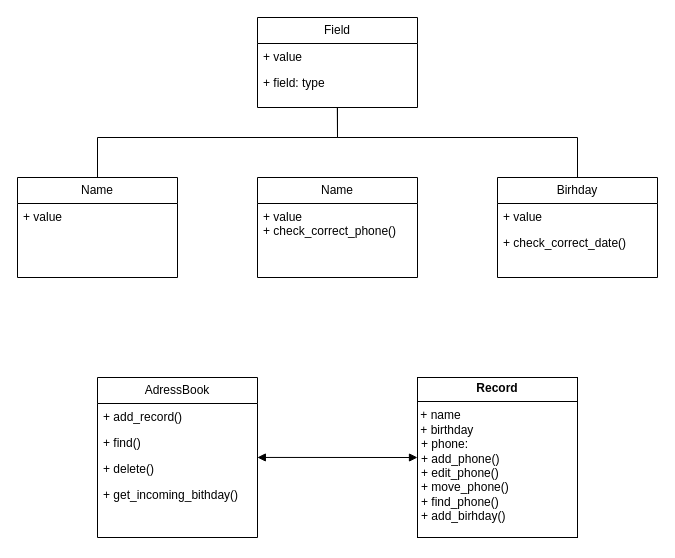
Above: UML_diag.drawio in MaksymSW/goit-pyweb-hw-01 (draw.io), before the change. Source tidied: cells renumbered, new cells numbered last; positions are measured from the earlier drawing's top-left corner, leaving out a move shared by most shapes. Both pictures are drawn from the tidied source at 100%, with x=0, y=0 at pixel (17, 17).
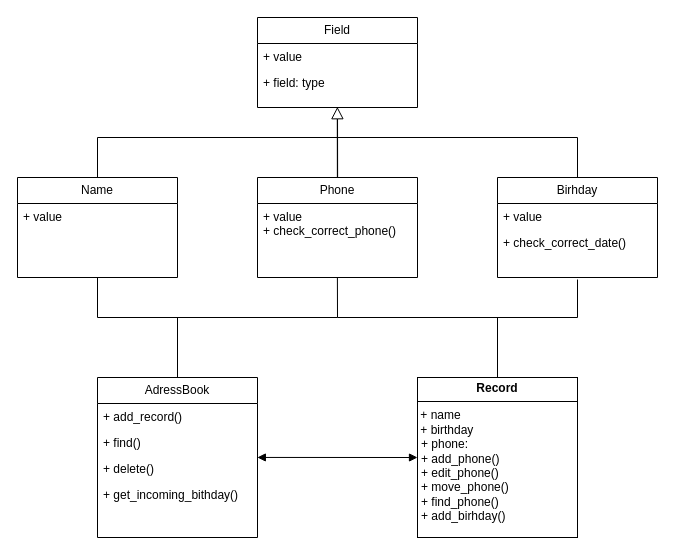
The same diagram, later.

Unchanged cells that the change refers to:
```xml
<mxCell id="2" value="AdressBook" style="swimlane;fontStyle=0;horizontal=1;startSize=26;fillColor=none;whiteSpace=wrap;html=1;" parent="1" vertex="1">
  <mxGeometry x="80" y="360" width="160" height="160" as="geometry" />
</mxCell>
<mxCell id="7" value="Birhday" style="swimlane;fontStyle=0;horizontal=1;startSize=26;fillColor=none;whiteSpace=wrap;html=1;" parent="1" vertex="1">
  <mxGeometry x="480" y="160" width="160" height="100" as="geometry" />
</mxCell>
<mxCell id="9" value="+ check_correct_date()" style="text;strokeColor=none;fillColor=none;align=left;verticalAlign=top;spacingLeft=4;spacingRight=4;overflow=hidden;points=[[0,0.5],[1,0.5]];portConstraint=eastwest;whiteSpace=wrap;html=1;" parent="7" vertex="1">
  <mxGeometry y="52" width="160" height="48" as="geometry" />
</mxCell>
<mxCell id="10" value="&lt;p style=&quot;margin:0px;margin-top:4px;text-align:center;&quot;&gt;&lt;b&gt;Record&lt;/b&gt;&lt;/p&gt;&lt;hr size=&quot;1&quot; style=&quot;border-style:solid;&quot;&gt;&amp;nbsp;+ name&lt;br&gt;&amp;nbsp;+ birthday&lt;br&gt;&lt;p style=&quot;margin:0px;margin-left:4px;&quot;&gt;+ phone:&amp;nbsp;&lt;/p&gt;&lt;p style=&quot;margin:0px;margin-left:4px;&quot;&gt;&lt;span style=&quot;background-color: initial;&quot;&gt;+ add_phone()&lt;/span&gt;&lt;/p&gt;&lt;p style=&quot;margin:0px;margin-left:4px;&quot;&gt;&lt;span style=&quot;background-color: initial;&quot;&gt;+ edit_phone()&lt;/span&gt;&lt;/p&gt;&lt;p style=&quot;margin:0px;margin-left:4px;&quot;&gt;&lt;span style=&quot;background-color: initial;&quot;&gt;+ move_phone()&lt;/span&gt;&lt;/p&gt;&lt;p style=&quot;margin:0px;margin-left:4px;&quot;&gt;&lt;span style=&quot;background-color: initial;&quot;&gt;+ find_phone()&lt;/span&gt;&lt;/p&gt;&lt;p style=&quot;margin:0px;margin-left:4px;&quot;&gt;&lt;span style=&quot;background-color: initial;&quot;&gt;+ add_birhday()&lt;/span&gt;&lt;/p&gt;&lt;p style=&quot;margin:0px;margin-left:4px;&quot;&gt;&lt;span style=&quot;background-color: initial;&quot;&gt;&lt;br&gt;&lt;/span&gt;&lt;/p&gt;&lt;p style=&quot;margin:0px;margin-left:4px;&quot;&gt;&lt;span style=&quot;background-color: initial;&quot;&gt;&lt;br&gt;&lt;/span&gt;&lt;/p&gt;" style="verticalAlign=top;align=left;overflow=fill;html=1;whiteSpace=wrap;" parent="1" vertex="1">
  <mxGeometry x="400" y="360" width="160" height="160" as="geometry" />
</mxCell>
<mxCell id="13" value="+ field: type" style="text;strokeColor=none;fillColor=none;align=left;verticalAlign=top;spacingLeft=4;spacingRight=4;overflow=hidden;points=[[0,0.5],[1,0.5]];portConstraint=eastwest;whiteSpace=wrap;html=1;" parent="11" vertex="1">
  <mxGeometry y="52" width="160" height="38" as="geometry" />
</mxCell>
<mxCell id="14" value="Name" style="swimlane;fontStyle=0;horizontal=1;startSize=26;fillColor=none;whiteSpace=wrap;html=1;" parent="1" vertex="1">
  <mxGeometry y="160" width="160" height="100" as="geometry" />
</mxCell>
```

Change to the diagram source:
```diff
@@
-    <mxCell id="16" value="Name" style="swimlane;fontStyle=0;horizontal=1;startSize=26;fillColor=none;whiteSpace=wrap;html=1;" parent="1" vertex="1">
+    <mxCell id="16" value="Phone" style="swimlane;fontStyle=0;horizontal=1;startSize=26;fillColor=none;whiteSpace=wrap;html=1;" parent="1" vertex="1">
       <mxGeometry x="240" y="160" width="160" height="100" as="geometry" />
     </mxCell>
@@
-    <mxCell id="19" style="endArrow=none;html=1;rounded=0;exitX=0.5;exitY=0;exitDx=0;exitDy=0;entryX=0.499;entryY=0.999;entryDx=0;entryDy=0;entryPerimeter=0;" parent="1" edge="1" source="14" target="13">
+    <mxCell id="19" style="endArrow=none;html=1;rounded=0;exitX=0.5;exitY=0;exitDx=0;exitDy=0;" parent="1" edge="1" source="14">
       <mxGeometry relative="1" as="geometry">
+        <mxPoint x="320" y="120" as="targetPoint" />
         <Array as="points">
           <mxPoint x="80" y="120" />
           <mxPoint x="320" y="120" />
         </Array>
       </mxGeometry>
     </mxCell>
     <mxCell id="20" style="endArrow=none;html=1;rounded=0;entryX=0.5;entryY=0;entryDx=0;entryDy=0;" parent="1" edge="1" target="7">
       <mxGeometry relative="1" as="geometry">
-        <mxPoint x="320" y="90" as="sourcePoint" />
+        <mxPoint x="320" y="120" as="sourcePoint" />
         <Array as="points">
           <mxPoint x="320" y="120" />
           <mxPoint x="560" y="120" />
         </Array>
       </mxGeometry>
     </mxCell>
+    <mxCell id="21" style="shape=flexArrow;endArrow=classic;html=1;rounded=0;width=0.2298850574712644;endSize=3.2827586206896555;endWidth=10.062095389087066;exitX=0.5;exitY=0;exitDx=0;exitDy=0;" parent="1" edge="1" source="16">
+      <mxGeometry relative="1" as="geometry">
+        <mxPoint x="319.9" y="90" as="targetPoint" />
+      </mxGeometry>
+    </mxCell>
+    <mxCell id="22" style="endArrow=none;html=1;rounded=0;entryX=0.5;entryY=1.042;entryDx=0;entryDy=0;entryPerimeter=0;" parent="1" edge="1" target="9">
+      <mxGeometry relative="1" as="geometry">
+        <mxPoint x="320" y="300" as="sourcePoint" />
+        <Array as="points">
+          <mxPoint x="560" y="300" />
+        </Array>
+      </mxGeometry>
+    </mxCell>
+    <mxCell id="23" style="endArrow=none;html=1;rounded=0;exitX=0.5;exitY=0;exitDx=0;exitDy=0;" parent="1" edge="1" source="2">
+      <mxGeometry relative="1" as="geometry">
+        <mxPoint x="160" y="300" as="targetPoint" />
+      </mxGeometry>
+    </mxCell>
+    <mxCell id="24" style="endArrow=none;html=1;rounded=0;entryX=0.513;entryY=1.036;entryDx=0;entryDy=0;entryPerimeter=0;" parent="1" edge="1">
+      <mxGeometry relative="1" as="geometry">
+        <mxPoint x="320" y="300" as="sourcePoint" />
+        <mxPoint x="319.9" y="260" as="targetPoint" />
+      </mxGeometry>
+    </mxCell>
+    <mxCell id="25" style="endArrow=none;html=1;rounded=0;" parent="1" edge="1">
+      <mxGeometry relative="1" as="geometry">
+        <mxPoint x="320" y="300" as="sourcePoint" />
+        <mxPoint x="80" y="260" as="targetPoint" />
+        <Array as="points">
+          <mxPoint x="80" y="300" />
+        </Array>
+      </mxGeometry>
+    </mxCell>
+    <mxCell id="26" style="endArrow=none;html=1;rounded=0;exitX=0.5;exitY=0;exitDx=0;exitDy=0;" parent="1" edge="1" source="10">
+      <mxGeometry relative="1" as="geometry">
+        <mxPoint x="480" y="300" as="targetPoint" />
+      </mxGeometry>
+    </mxCell>
```
